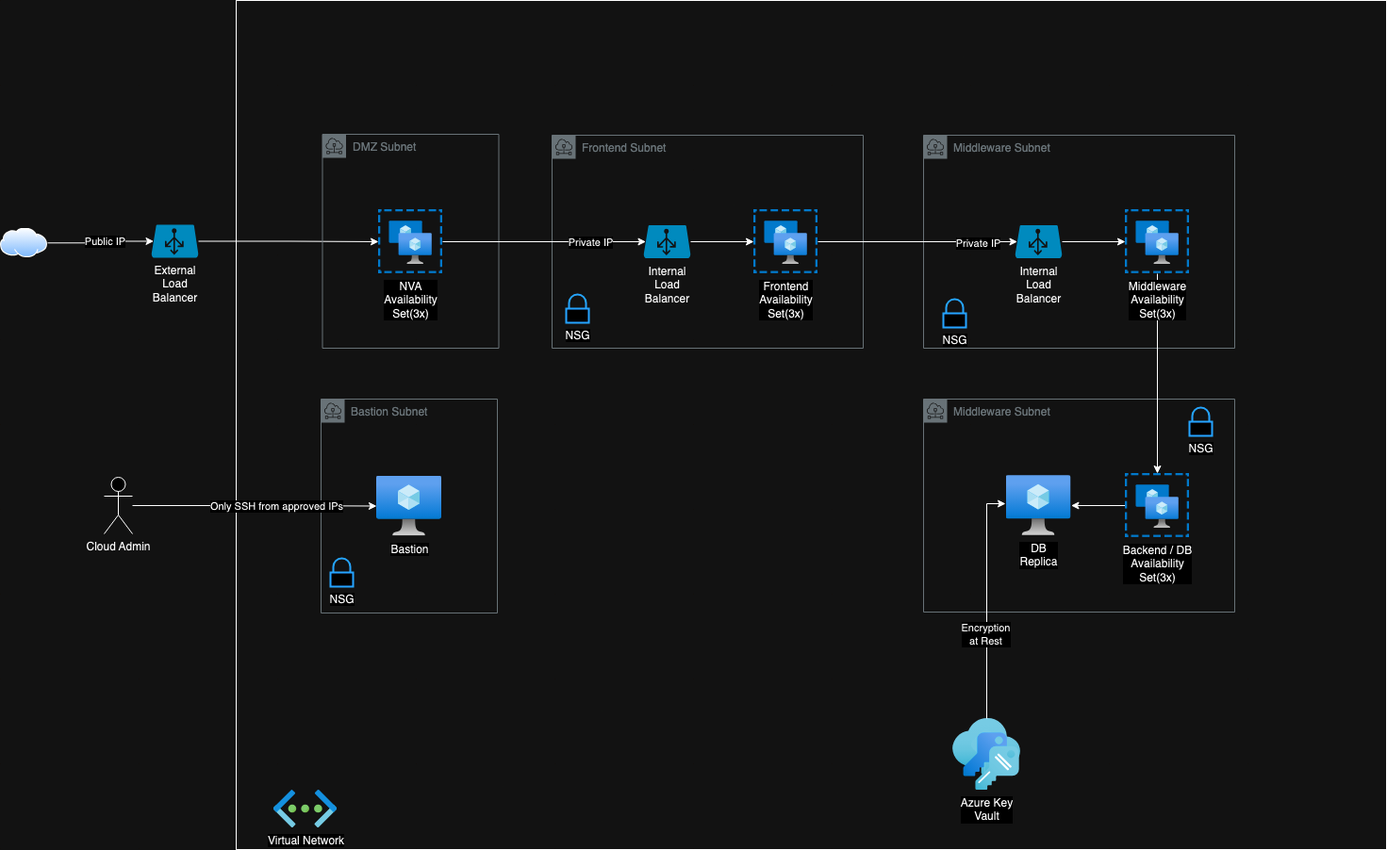
Before: diagrams/3-tier-azure-cloud-architecture.drawio.png, a diagram exported from draw.io (daniel-vera-g/cloud-architecture). Source tidied: cells renumbered, new cells last; positions are measured from the earlier drawing's top-left corner, leaving out a move shared by most shapes.
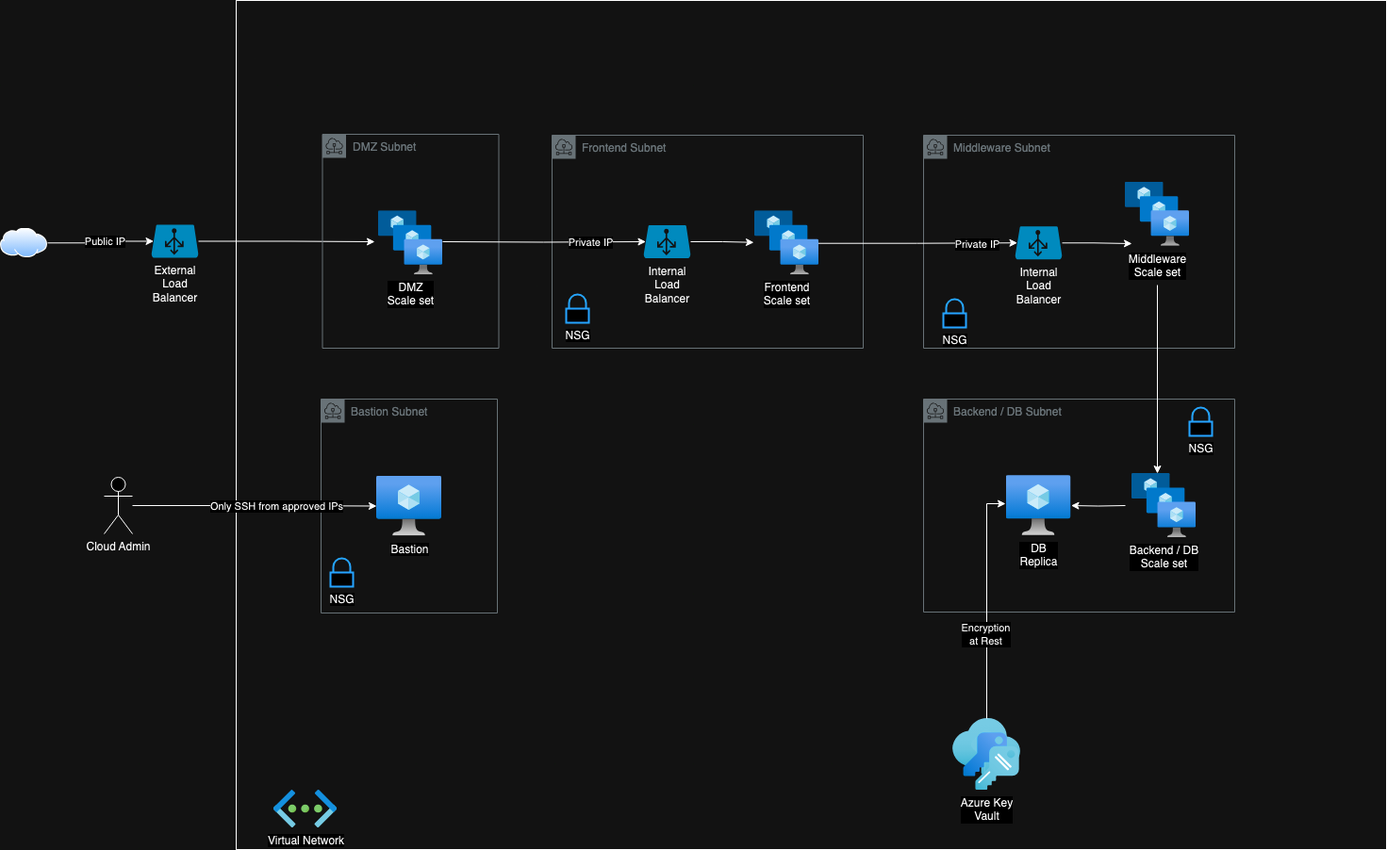
The same diagram one commit later.

The edit, as a diff of the source:
```diff
@@ -5,7 +5,7 @@
     <mxCell id="2" style="whiteSpace=wrap;html=1;glass=0;fillColor=none;" parent="1" vertex="1">
       <mxGeometry x="250" width="1220" height="901" as="geometry" />
     </mxCell>
-    <mxCell id="3" value="Middleware Subnet" style="sketch=0;gradientColor=none;html=1;whiteSpace=wrap;fontSize=12;fontStyle=0;shape=mxgraph.aws4.group;grIcon=mxgraph.aws4.group_subnet;strokeColor=#879196;fillColor=none;verticalAlign=top;align=left;spacingLeft=30;fontColor=#879196;dashed=0;" parent="1" vertex="1">
+    <mxCell id="3" value="Backend / DB Subnet" style="sketch=0;gradientColor=none;html=1;whiteSpace=wrap;fontSize=12;fontStyle=0;shape=mxgraph.aws4.group;grIcon=mxgraph.aws4.group_subnet;strokeColor=#879196;fillColor=none;verticalAlign=top;align=left;spacingLeft=30;fontColor=#879196;dashed=0;" parent="1" vertex="1">
       <mxGeometry x="979" y="423" width="330" height="226" as="geometry" />
     </mxCell>
     <mxCell id="4" value="Middleware Subnet" style="sketch=0;gradientColor=none;html=1;whiteSpace=wrap;fontSize=12;fontStyle=0;shape=mxgraph.aws4.group;grIcon=mxgraph.aws4.group_subnet;strokeColor=#879196;fillColor=none;verticalAlign=top;align=left;spacingLeft=30;fontColor=#879196;dashed=0;" parent="1" vertex="1">
@@ -14,7 +14,7 @@
     <mxCell id="5" style="image;perimeter=ellipsePerimeter;html=1;align=center;shadow=0;dashed=0;spacingTop=3;image=img/lib/active_directory/internet_cloud.svg;" parent="1" vertex="1">
       <mxGeometry y="241.5" width="50" height="31.5" as="geometry" />
     </mxCell>
-    <mxCell id="6" style="edgeStyle=orthogonalEdgeStyle;rounded=0;jettySize=auto;html=1;" parent="1" edge="1" source="7" target="29">
+    <mxCell id="6" style="edgeStyle=orthogonalEdgeStyle;rounded=0;jettySize=auto;html=1;entryX=-0.059;entryY=0.482;entryDx=0;entryDy=0;entryPerimeter=0;" parent="1" edge="1" source="7" target="40">
       <mxGeometry relative="1" as="geometry" />
     </mxCell>
     <mxCell id="7" value="External&lt;br&gt;Load&lt;br&gt;Balancer" style="verticalLabelPosition=bottom;html=1;verticalAlign=top;align=center;strokeColor=none;fillColor=#00BEF2;shape=mxgraph.azure.azure_load_balancer;" parent="1" vertex="1">
@@ -31,24 +31,17 @@
     <mxCell id="10" value="Virtual Network" style="image;html=1;align=center;fontSize=12;image=img/lib/azure2/networking/Virtual_Networks.svg;" parent="1" vertex="1">
       <mxGeometry x="290" y="838" width="67" height="40" as="geometry" />
     </mxCell>
-    <mxCell id="11" style="edgeStyle=orthogonalEdgeStyle;rounded=0;jettySize=auto;html=1;" parent="1" edge="1" source="12" target="16">
-      <mxGeometry relative="1" as="geometry" />
-    </mxCell>
-    <mxCell id="12" value="Middleware&lt;br&gt;Availability&lt;br&gt;Set(3x)" style="image;html=1;points=[];align=center;fontSize=12;image=img/lib/azure2/compute/Availability_Sets.svg;" parent="1" vertex="1">
-      <mxGeometry x="1193" y="222" width="68" height="68" as="geometry" />
-    </mxCell>
-    <mxCell id="13" style="edgeStyle=orthogonalEdgeStyle;rounded=0;jettySize=auto;html=1;" parent="1" edge="1" source="14" target="12">
+    <mxCell id="13" style="edgeStyle=orthogonalEdgeStyle;rounded=0;jettySize=auto;html=1;entryX=0.103;entryY=0.96;entryDx=0;entryDy=0;entryPerimeter=0;" parent="1" edge="1" source="14" target="42">
       <mxGeometry relative="1" as="geometry" />
     </mxCell>
     <mxCell id="14" value="Internal&lt;br&gt;Load&lt;br&gt;Balancer" style="verticalLabelPosition=bottom;html=1;verticalAlign=top;align=center;strokeColor=none;fillColor=#00BEF2;shape=mxgraph.azure.azure_load_balancer;" parent="1" vertex="1">
-      <mxGeometry x="1076" y="238.5" width="50" height="35" as="geometry" />
+      <mxGeometry x="1076" y="239.8" width="50" height="35" as="geometry" />
     </mxCell>
-    <mxCell id="15" style="edgeStyle=orthogonalEdgeStyle;rounded=0;jettySize=auto;html=1;" parent="1" edge="1" source="16" target="17">
-      <mxGeometry relative="1" as="geometry" />
+    <mxCell id="15" style="edgeStyle=orthogonalEdgeStyle;rounded=0;jettySize=auto;html=1;" parent="1" edge="1" target="17">
+      <mxGeometry relative="1" as="geometry">
+        <mxPoint x="1193" y="536" as="sourcePoint" />
+      </mxGeometry>
     </mxCell>
-    <mxCell id="16" value="Backend / DB&lt;br&gt;Availability&lt;br&gt;Set(3x)" style="image;html=1;points=[];align=center;fontSize=12;image=img/lib/azure2/compute/Availability_Sets.svg;" parent="1" vertex="1">
-      <mxGeometry x="1193" y="502" width="68" height="68" as="geometry" />
-    </mxCell>
     <mxCell id="17" value="DB&lt;br&gt;Replica" style="image;html=1;points=[];align=center;fontSize=12;image=img/lib/azure2/compute/Virtual_Machine.svg;" parent="1" vertex="1">
       <mxGeometry x="1066.5" y="504" width="69" height="64" as="geometry" />
     </mxCell>
@@ -67,16 +60,19 @@
     <mxCell id="22" value="Frontend Subnet" style="sketch=0;gradientColor=none;html=1;whiteSpace=wrap;fontSize=12;fontStyle=0;shape=mxgraph.aws4.group;grIcon=mxgraph.aws4.group_subnet;strokeColor=#879196;fillColor=none;verticalAlign=top;align=left;spacingLeft=30;fontColor=#879196;dashed=0;" parent="1" vertex="1">
       <mxGeometry x="585" y="143" width="330" height="226" as="geometry" />
     </mxCell>
-    <mxCell id="23" value="&lt;div&gt;Frontend&lt;/div&gt;&lt;div&gt;Availability&lt;/div&gt;&lt;div&gt;Set(3x)&lt;/div&gt;" style="image;html=1;points=[];align=center;fontSize=12;image=img/lib/azure2/compute/Availability_Sets.svg;" parent="1" vertex="1">
-      <mxGeometry x="799" y="222" width="68" height="68" as="geometry" />
-    </mxCell>
-    <mxCell id="24" style="edgeStyle=orthogonalEdgeStyle;rounded=0;jettySize=auto;html=1;" parent="1" edge="1" source="25" target="23">
-      <mxGeometry relative="1" as="geometry" />
+    <mxCell id="24" style="edgeStyle=orthogonalEdgeStyle;rounded=0;jettySize=auto;html=1;entryX=-0.015;entryY=0.493;entryDx=0;entryDy=0;entryPerimeter=0;" parent="1" edge="1" source="25" target="41">
+      <mxGeometry relative="1" as="geometry">
+        <Array as="points">
+          <mxPoint x="766" y="256" />
+          <mxPoint x="766" y="257" />
+          <mxPoint x="799" y="257" />
+        </Array>
+      </mxGeometry>
     </mxCell>
     <mxCell id="25" value="Internal&lt;br&gt;Load&lt;br&gt;Balancer" style="verticalLabelPosition=bottom;html=1;verticalAlign=top;align=center;strokeColor=none;fillColor=#00BEF2;shape=mxgraph.azure.azure_load_balancer;" parent="1" vertex="1">
       <mxGeometry x="682" y="238.5" width="50" height="35" as="geometry" />
     </mxCell>
-    <mxCell id="26" style="edgeStyle=orthogonalEdgeStyle;rounded=0;jettySize=auto;html=1;entryX=0.05;entryY=0.5;entryDx=0;entryDy=0;entryPerimeter=0;" parent="1" edge="1" source="23" target="14">
+    <mxCell id="26" style="edgeStyle=orthogonalEdgeStyle;rounded=0;jettySize=auto;html=1;entryX=0.05;entryY=0.5;entryDx=0;entryDy=0;entryPerimeter=0;exitX=0.985;exitY=0.507;exitDx=0;exitDy=0;exitPerimeter=0;" parent="1" edge="1" source="41" target="14">
       <mxGeometry relative="1" as="geometry" />
     </mxCell>
     <mxCell id="27" value="Private IP" style="edgeLabel;html=1;align=center;verticalAlign=middle;" parent="26" vertex="1">
@@ -85,11 +81,10 @@
     <mxCell id="28" value="DMZ Subnet" style="sketch=0;gradientColor=none;html=1;whiteSpace=wrap;fontSize=12;fontStyle=0;shape=mxgraph.aws4.group;grIcon=mxgraph.aws4.group_subnet;strokeColor=#879196;fillColor=none;verticalAlign=top;align=left;spacingLeft=30;fontColor=#879196;dashed=0;" parent="1" vertex="1">
       <mxGeometry x="341.5" y="142" width="187" height="227" as="geometry" />
     </mxCell>
-    <mxCell id="29" value="&lt;div&gt;NVA&lt;/div&gt;&lt;div&gt;Availability&lt;/div&gt;&lt;div&gt;Set(3x)&lt;/div&gt;" style="image;html=1;points=[];align=center;fontSize=12;image=img/lib/azure2/compute/Availability_Sets.svg;" parent="1" vertex="1">
-      <mxGeometry x="401" y="222" width="68" height="68" as="geometry" />
-    </mxCell>
-    <mxCell id="30" style="edgeStyle=orthogonalEdgeStyle;rounded=0;jettySize=auto;html=1;entryX=0.05;entryY=0.5;entryDx=0;entryDy=0;entryPerimeter=0;" parent="1" edge="1" source="29" target="25">
-      <mxGeometry relative="1" as="geometry" />
+    <mxCell id="30" style="edgeStyle=orthogonalEdgeStyle;rounded=0;jettySize=auto;html=1;entryX=0.05;entryY=0.5;entryDx=0;entryDy=0;entryPerimeter=0;" parent="1" edge="1" target="25">
+      <mxGeometry relative="1" as="geometry">
+        <mxPoint x="469" y="256" as="sourcePoint" />
+      </mxGeometry>
     </mxCell>
     <mxCell id="31" value="Private IP" style="edgeLabel;html=1;align=center;verticalAlign=middle;" parent="30" vertex="1">
       <mxGeometry x="0.73" y="-1" relative="1" as="geometry">
@@ -122,5 +117,23 @@
     <mxCell id="39" value="NSG" style="html=1;verticalLabelPosition=bottom;align=center;labelBackgroundColor=#ffffff;verticalAlign=top;strokeWidth=2;strokeColor=#0080F0;shadow=0;dashed=0;shape=mxgraph.ios7.icons.locked;" parent="1" vertex="1">
       <mxGeometry x="350" y="592" width="24" height="30" as="geometry" />
     </mxCell>
+    <mxCell id="40" value="DMZ&lt;br&gt;Scale set" style="image;html=1;points=[];align=center;fontSize=12;image=img/lib/azure2/compute/VM_Scale_Sets.svg;" parent="1" vertex="1">
+      <mxGeometry x="401" y="223.2" width="68" height="68" as="geometry" />
+    </mxCell>
+    <mxCell id="41" value="Frontend&lt;br&gt;Scale set" style="image;html=1;points=[];align=center;fontSize=12;image=img/lib/azure2/compute/VM_Scale_Sets.svg;" parent="1" vertex="1">
+      <mxGeometry x="800" y="223.2" width="68" height="68" as="geometry" />
+    </mxCell>
+    <mxCell id="42" value="Middleware&lt;br&gt;Scale set" style="image;html=1;points=[];align=center;fontSize=12;image=img/lib/azure2/compute/VM_Scale_Sets.svg;" parent="1" vertex="1">
+      <mxGeometry x="1193" y="192.8" width="68" height="68" as="geometry" />
+    </mxCell>
+    <mxCell id="43" value="Backend / DB&lt;br&gt;Scale set" style="image;html=1;align=center;fontSize=12;image=img/lib/azure2/compute/VM_Scale_Sets.svg;" parent="1" vertex="1">
+      <mxGeometry x="1200" y="502" width="68" height="68" as="geometry" />
+    </mxCell>
+    <mxCell id="44" style="edgeStyle=orthogonalEdgeStyle;rounded=0;orthogonalLoop=1;jettySize=auto;html=1;" parent="1" edge="1">
+      <mxGeometry relative="1" as="geometry">
+        <mxPoint x="1227" y="302" as="sourcePoint" />
+        <mxPoint x="1227" y="502" as="targetPoint" />
+      </mxGeometry>
+    </mxCell>
   </root>
 </mxGraphModel>
```
